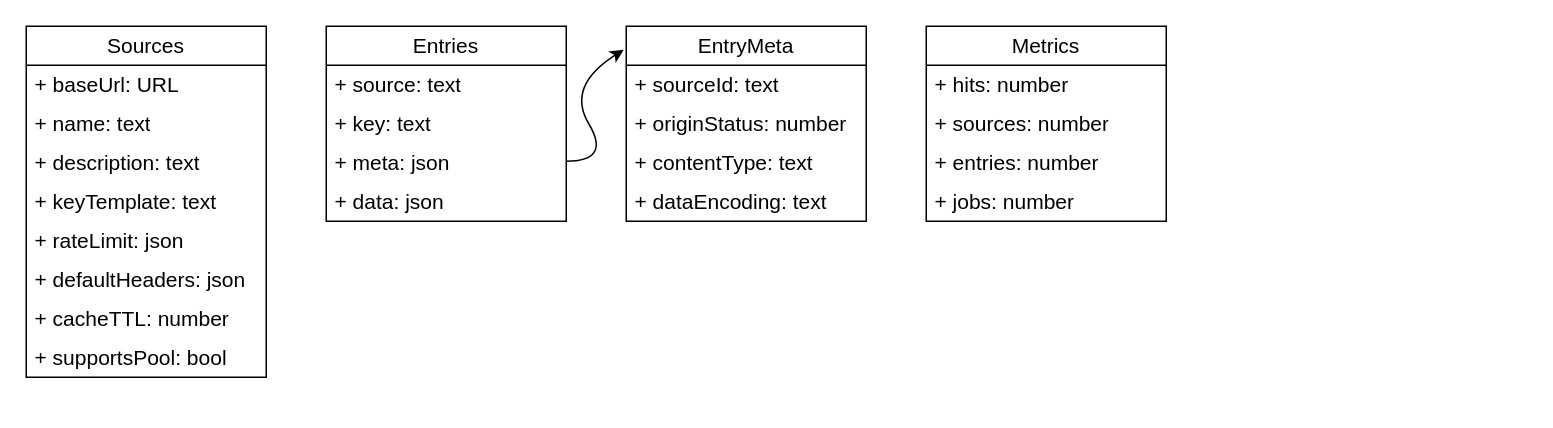
The draw.io diagram page "DataModel" (7 of 7) of docs/buffetd.drawio in Buffetd/buffetd, before the edit. Source tidied: cells renumbered, new cells numbered last; positions are measured from the earlier drawing's top-left corner, leaving out a move shared by most shapes. Both pictures are drawn from the tidied source at 150%, with x=0, y=0 at pixel (26, 26).
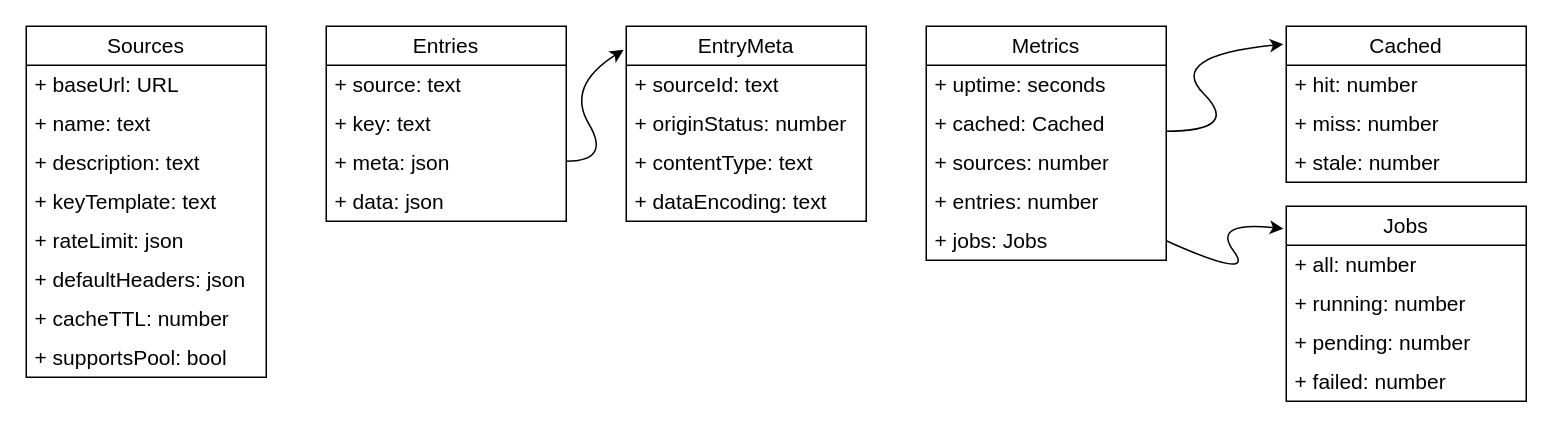
After the change.

Commit message:
docs: expand DataModel Metrics schema with nested Cached and Jobs objects

- Added uptime field to Metrics class showing system uptime in seconds
- Renamed hits field to cached and changed type from number to Cached object
- Reordered Metrics fields: uptime, cached, sources, entries, jobs
- Changed jobs field type from number to Jobs object
- Created Cached class with hit, miss, and stale number fields
- Created Jobs class with all, running, pending, and failed number fields
- Added relationship

The edit, as a diff of the source:
```diff
@@
     <mxCell id="22" value="Metrics" style="swimlane;fontStyle=0;horizontal=1;startSize=26;fillColor=none;whiteSpace=wrap;html=1;fontSize=14;" parent="1" vertex="1">
-      <mxGeometry x="600" width="160" height="130" as="geometry" />
+      <mxGeometry x="600" width="160" height="156" as="geometry" />
     </mxCell>
+    <mxCell id="27" value="+ uptime: seconds" style="text;strokeColor=none;fillColor=none;align=left;verticalAlign=middle;spacingLeft=4;spacingRight=4;overflow=hidden;whiteSpace=wrap;html=1;fontSize=14;" parent="22" vertex="1">
+      <mxGeometry y="26" width="160" height="26" as="geometry" />
+    </mxCell>
-    <mxCell id="23" value="+ hits: number" style="text;strokeColor=none;fillColor=none;align=left;verticalAlign=middle;spacingLeft=4;spacingRight=4;overflow=hidden;whiteSpace=wrap;html=1;fontSize=14;" parent="22" vertex="1">
-      <mxGeometry y="26" width="160" height="26" as="geometry" />
+    <mxCell id="23" value="+ cached: Cached" style="text;strokeColor=none;fillColor=none;align=left;verticalAlign=middle;spacingLeft=4;spacingRight=4;overflow=hidden;whiteSpace=wrap;html=1;fontSize=14;" parent="22" vertex="1">
+      <mxGeometry y="52" width="160" height="26" as="geometry" />
     </mxCell>
     <mxCell id="24" value="+ sources: number" style="text;strokeColor=none;fillColor=none;align=left;verticalAlign=middle;spacingLeft=4;spacingRight=4;overflow=hidden;whiteSpace=wrap;html=1;fontSize=14;" parent="22" vertex="1">
-      <mxGeometry y="52" width="160" height="26" as="geometry" />
+      <mxGeometry y="78" width="160" height="26" as="geometry" />
     </mxCell>
     <mxCell id="25" value="+ entries: number" style="text;strokeColor=none;fillColor=none;align=left;verticalAlign=middle;spacingLeft=4;spacingRight=4;overflow=hidden;whiteSpace=wrap;html=1;fontSize=14;" parent="22" vertex="1">
-      <mxGeometry y="78" width="160" height="26" as="geometry" />
+      <mxGeometry y="104" width="160" height="26" as="geometry" />
     </mxCell>
-    <mxCell id="26" value="+ jobs: number" style="text;strokeColor=none;fillColor=none;align=left;verticalAlign=middle;spacingLeft=4;spacingRight=4;overflow=hidden;points=[[0,0.5],[1,0.5]];portConstraint=eastwest;whiteSpace=wrap;html=1;fontSize=14;" parent="22" vertex="1">
-      <mxGeometry y="104" width="160" height="26" as="geometry" />
+    <mxCell id="26" value="+ jobs: Jobs" style="text;strokeColor=none;fillColor=none;align=left;verticalAlign=middle;spacingLeft=4;spacingRight=4;overflow=hidden;points=[[0,0.5],[1,0.5]];portConstraint=eastwest;whiteSpace=wrap;html=1;fontSize=14;" parent="22" vertex="1">
+      <mxGeometry y="130" width="160" height="26" as="geometry" />
     </mxCell>
+    <mxCell id="28" value="Cached" style="swimlane;fontStyle=0;horizontal=1;startSize=26;fillColor=none;whiteSpace=wrap;html=1;fontSize=14;" parent="1" vertex="1">
+      <mxGeometry x="840" width="160" height="104" as="geometry" />
+    </mxCell>
+    <mxCell id="29" value="+ hit: number" style="text;strokeColor=none;fillColor=none;align=left;verticalAlign=middle;spacingLeft=4;spacingRight=4;overflow=hidden;whiteSpace=wrap;html=1;fontSize=14;" parent="28" vertex="1">
+      <mxGeometry y="26" width="160" height="26" as="geometry" />
+    </mxCell>
+    <mxCell id="30" value="+ miss: number" style="text;strokeColor=none;fillColor=none;align=left;verticalAlign=middle;spacingLeft=4;spacingRight=4;overflow=hidden;whiteSpace=wrap;html=1;fontSize=14;" parent="28" vertex="1">
+      <mxGeometry y="52" width="160" height="26" as="geometry" />
+    </mxCell>
+    <mxCell id="31" value="+ stale: number" style="text;strokeColor=none;fillColor=none;align=left;verticalAlign=middle;spacingLeft=4;spacingRight=4;overflow=hidden;whiteSpace=wrap;html=1;fontSize=14;" parent="28" vertex="1">
+      <mxGeometry y="78" width="160" height="26" as="geometry" />
+    </mxCell>
+    <mxCell id="32" value="Jobs" style="swimlane;fontStyle=0;horizontal=1;startSize=26;fillColor=none;whiteSpace=wrap;html=1;fontSize=14;" parent="1" vertex="1">
+      <mxGeometry x="840" y="120" width="160" height="130" as="geometry" />
+    </mxCell>
+    <mxCell id="33" value="+ all: number" style="text;strokeColor=none;fillColor=none;align=left;verticalAlign=middle;spacingLeft=4;spacingRight=4;overflow=hidden;whiteSpace=wrap;html=1;fontSize=14;" parent="32" vertex="1">
+      <mxGeometry y="26" width="160" height="26" as="geometry" />
+    </mxCell>
+    <mxCell id="34" value="+ running: number" style="text;strokeColor=none;fillColor=none;align=left;verticalAlign=middle;spacingLeft=4;spacingRight=4;overflow=hidden;whiteSpace=wrap;html=1;fontSize=14;" parent="32" vertex="1">
+      <mxGeometry y="52" width="160" height="26" as="geometry" />
+    </mxCell>
+    <mxCell id="35" value="+ pend&lt;span style=&quot;background-color: transparent; color: light-dark(rgb(0, 0, 0), rgb(255, 255, 255));&quot;&gt;ing: number&lt;/span&gt;" style="text;strokeColor=none;fillColor=none;align=left;verticalAlign=middle;spacingLeft=4;spacingRight=4;overflow=hidden;whiteSpace=wrap;html=1;fontSize=14;" parent="32" vertex="1">
+      <mxGeometry y="78" width="160" height="26" as="geometry" />
+    </mxCell>
+    <mxCell id="36" value="+ failed&lt;span style=&quot;background-color: transparent; color: light-dark(rgb(0, 0, 0), rgb(255, 255, 255));&quot;&gt;: number&lt;/span&gt;" style="text;strokeColor=none;fillColor=none;align=left;verticalAlign=middle;spacingLeft=4;spacingRight=4;overflow=hidden;whiteSpace=wrap;html=1;fontSize=14;" parent="32" vertex="1">
+      <mxGeometry y="104" width="160" height="26" as="geometry" />
+    </mxCell>
+    <mxCell id="37" style="curved=1;endArrow=classic;html=1;fontSize=14;entryX=-0.012;entryY=0.115;entryDx=0;entryDy=0;entryPerimeter=0;" parent="1" edge="1" target="28">
+      <mxGeometry relative="1" as="geometry">
+        <mxPoint x="760" y="70" as="sourcePoint" />
+        <Array as="points">
+          <mxPoint x="810" y="70" />
+          <mxPoint x="760" y="20" />
+        </Array>
+      </mxGeometry>
+    </mxCell>
+    <mxCell id="38" style="curved=1;endArrow=classic;html=1;fontSize=14;entryX=-0.012;entryY=0.115;entryDx=0;entryDy=0;entryPerimeter=0;exitX=1;exitY=0.5;exitDx=0;exitDy=0;" parent="1" edge="1" source="26" target="32">
+      <mxGeometry relative="1" as="geometry">
+        <Array as="points">
+          <mxPoint x="820" y="170" />
+          <mxPoint x="790" y="130" />
+        </Array>
+      </mxGeometry>
+    </mxCell>
```
